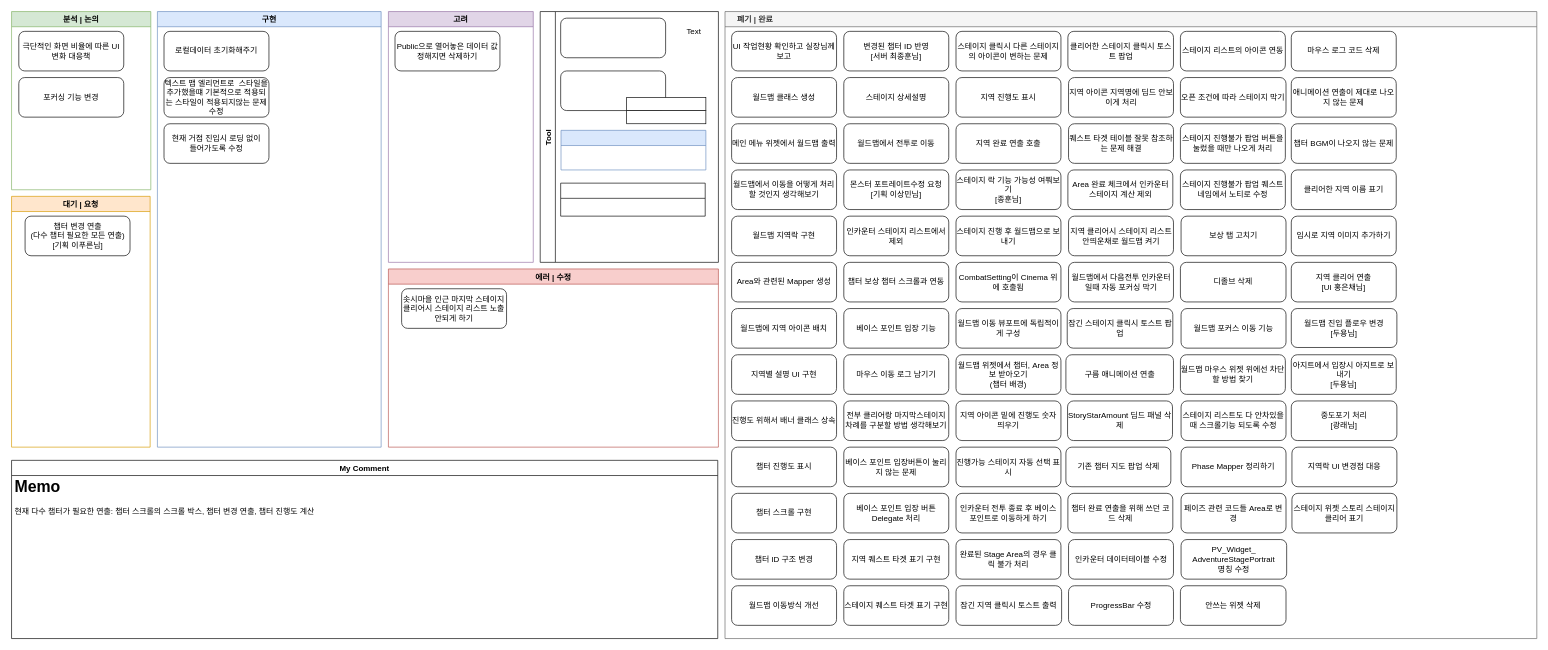
Earlier version of the draw.io diagram 월드맵 시스템 진행상황.drawio (Endorr/Job-Board). Source tidied: cells renumbered, new cells numbered last; positions are measured from the earlier drawing's top-left corner, leaving out a move shared by most shapes. Both pictures are drawn from the tidied source at 66%, with x=0, y=0 at pixel (11, 11).
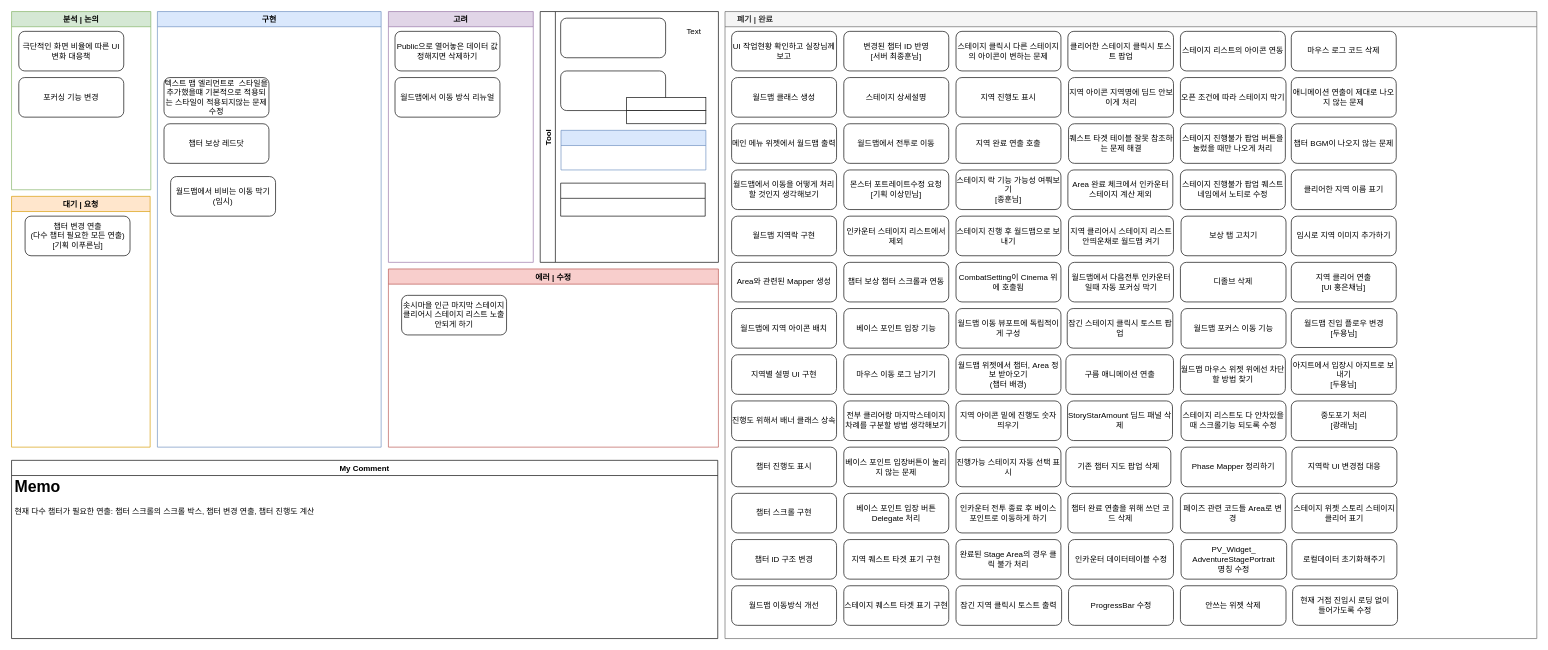
After the change.

Commit message:
Update 월드맵 시스템 진행상황.drawio

Unchanged cells that the change refers to:
```xml
<mxCell id="2" value="구현" style="swimlane;fillColor=#dae8fc;strokeColor=#6c8ebf;" parent="1" vertex="1">
  <mxGeometry x="221" width="339" height="660" as="geometry" />
</mxCell>
<mxCell id="11" value="에러 | 수정" style="swimlane;fillColor=#f8cecc;strokeColor=#b85450;startSize=23;" parent="1" vertex="1">
  <mxGeometry x="571" y="390" width="500" height="270" as="geometry" />
</mxCell>
<mxCell id="13" value="     폐기 | 완료" style="swimlane;strokeColor=#666666;fillColor=#f5f5f5;fontColor=#333333;align=left;" parent="1" vertex="1">
  <mxGeometry x="1081" width="1230" height="950" as="geometry" />
</mxCell>
<mxCell id="101" value="고려" style="swimlane;fillColor=#e1d5e7;strokeColor=#9673a6;startSize=23;" parent="1" vertex="1">
  <mxGeometry x="571" width="219.5" height="380" as="geometry" />
</mxCell>
```

Change to the diagram source:
```diff
@@
-    <mxCell id="3" value="로컬데이터 초기화해주기" style="rounded=1;whiteSpace=wrap;html=1;" parent="2" vertex="1">
-      <mxGeometry x="10" y="30" width="159" height="60" as="geometry" />
-    </mxCell>
@@
-    <mxCell id="5" value="현재 거점 진입시 로딩 없이&lt;br&gt;들어가도록 수정" style="rounded=1;whiteSpace=wrap;html=1;" parent="2" vertex="1">
-      <mxGeometry x="10" y="170" width="159" height="60" as="geometry" />
-    </mxCell>
+    <mxCell id="103" value="챕터 보상 레드닷" style="rounded=1;whiteSpace=wrap;html=1;" parent="2" vertex="1">
+      <mxGeometry x="10" y="170" width="159" height="60" as="geometry" />
+    </mxCell>
+    <mxCell id="104" value="월드맵에서 비비는 이동 막기(임시)" style="rounded=1;whiteSpace=wrap;html=1;" parent="2" vertex="1">
+      <mxGeometry x="20" y="250" width="159" height="60" as="geometry" />
+    </mxCell>
@@
     <mxCell id="12" value="솟시마을 인근 마지막 스테이지 클리어시 스테이지 리스트 노출 안되게 하기" style="rounded=1;whiteSpace=wrap;html=1;" parent="11" vertex="1">
-      <mxGeometry x="20" y="30" width="159" height="60" as="geometry" />
+      <mxGeometry x="20" y="40" width="159" height="60" as="geometry" />
     </mxCell>
@@
     <mxCell id="76" value="페이즈 관련 코드들 Area로 변경" style="rounded=1;whiteSpace=wrap;html=1;fillColor=default;strokeColor=default;fontColor=default;" parent="13" vertex="1">
-      <mxGeometry x="691" y="730" width="159" height="60" as="geometry" />
+      <mxGeometry x="690" y="730" width="159" height="60" as="geometry" />
     </mxCell>
@@
+    <mxCell id="3" value="로컬데이터 초기화해주기" style="rounded=1;whiteSpace=wrap;html=1;" parent="13" vertex="1">
+      <mxGeometry x="859" y="800" width="159" height="60" as="geometry" />
+    </mxCell>
+    <mxCell id="5" value="현재 거점 진입시 로딩 없이&lt;br&gt;들어가도록 수정" style="rounded=1;whiteSpace=wrap;html=1;" parent="13" vertex="1">
+      <mxGeometry x="860" y="870" width="159" height="60" as="geometry" />
+    </mxCell>
@@
+    <mxCell id="105" value="월드맵에서 이동 방식 리뉴얼" style="rounded=1;whiteSpace=wrap;html=1;" parent="101" vertex="1">
+      <mxGeometry x="10" y="100" width="159" height="60" as="geometry" />
+    </mxCell>
```
